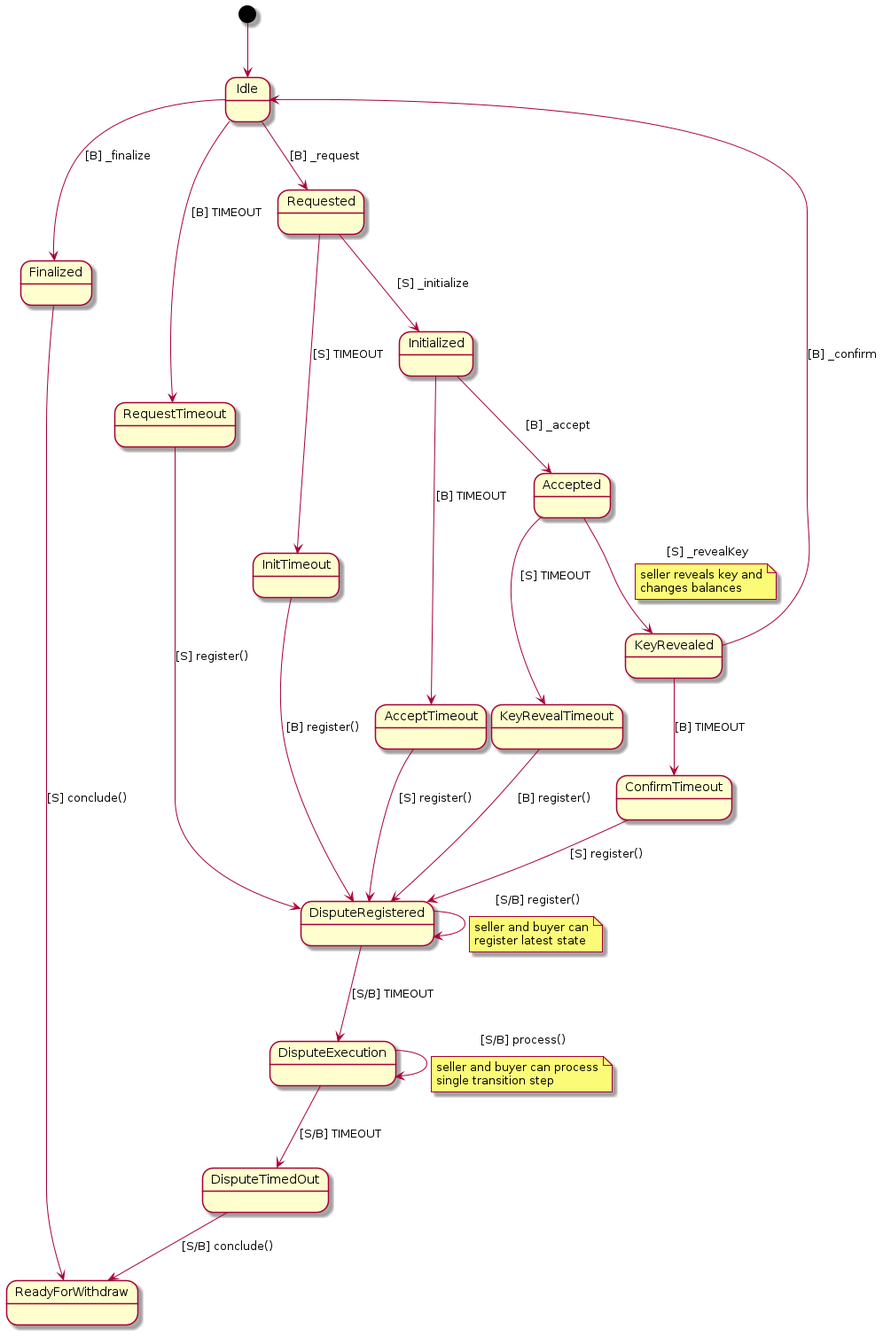
MatthiasLohr/bfebench keeps this PlantUML diagram as bfebench/protocols/state_channel_file_sale/state_chart.png. Above is the earlier version.
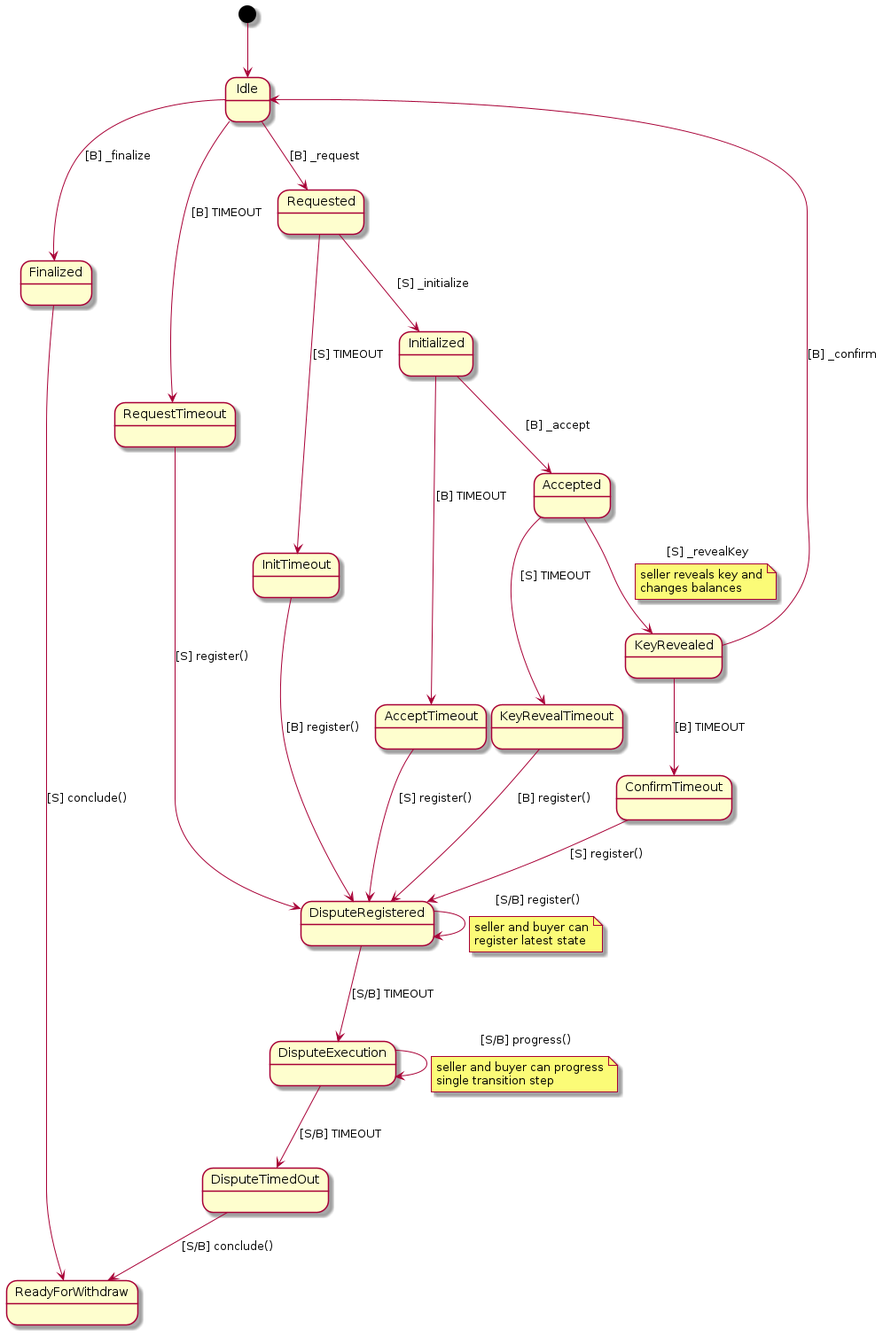
Above is the later version.

Commit message:
process -> progress

The edit, as a diff of the source:
```diff
@@ -29,9 +29,9 @@
   register latest state
 end note
 DisputeRegistered --> DisputeExecution : [S/B] TIMEOUT
-DisputeExecution --> DisputeExecution : [S/B] process()
+DisputeExecution --> DisputeExecution : [S/B] progress()
 note on link
-  seller and buyer can process
+  seller and buyer can progress
   single transition step
 end note
 DisputeExecution --> DisputeTimedOut : [S/B] TIMEOUT
```
